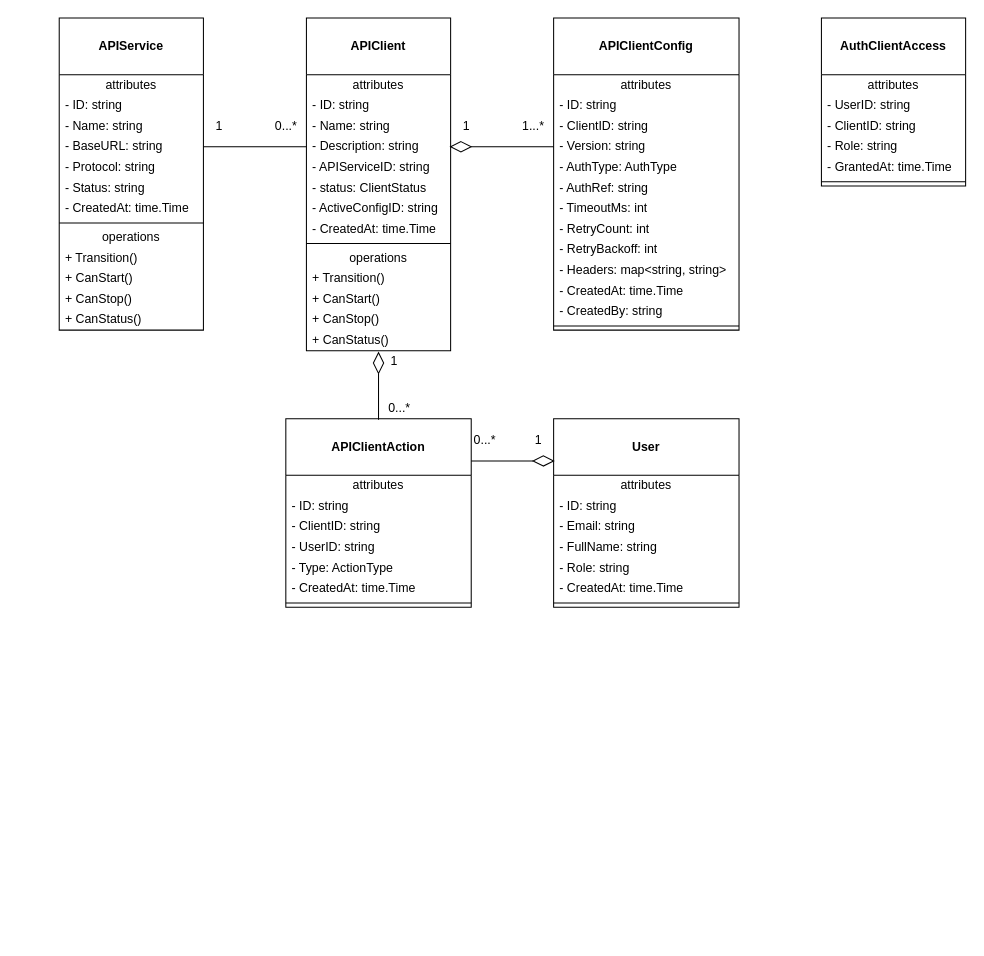
Thejudgeofprogrammers/kubernetes_platform_control_plane keeps this draw.io diagram as docs/class.drawio. Above is the earlier version. Source tidied: cells renumbered, new cells numbered last; positions are measured from the earlier drawing's top-left corner, leaving out a move shared by most shapes. Both pictures are drawn from the tidied source at 103%, with x=0, y=0 at pixel (59, 18).
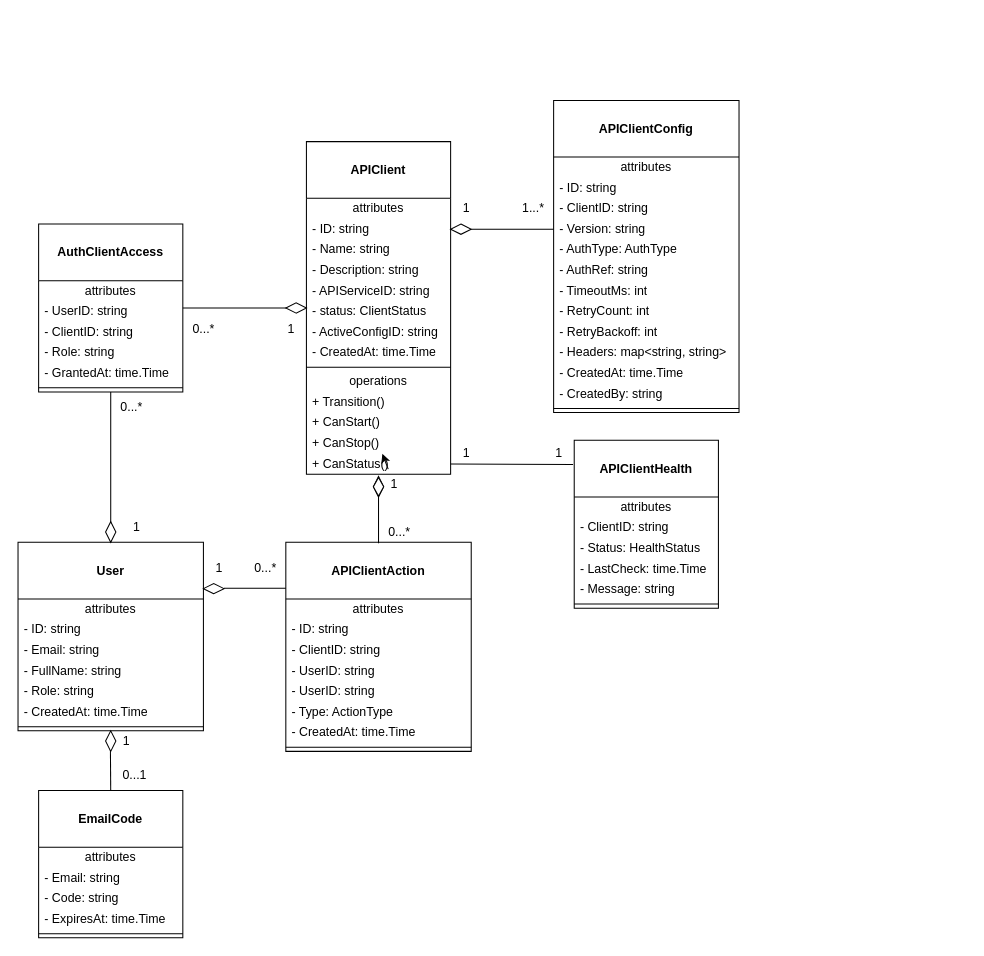
Above is the later version.

The change refers to these unchanged cells:
```xml
<mxCell id="6" value="- Description: string" style="text;html=1;strokeColor=none;fillColor=none;align=left;verticalAlign=middle;spacingLeft=4;spacingRight=4;overflow=hidden;points=[[0,0.5],[1,0.5]];portConstraint=eastwest;whiteSpace=wrap;" parent="2" vertex="1">
  <mxGeometry y="115" width="140" height="20" as="geometry" />
</mxCell>
<mxCell id="15" value="+ CanStop()" style="text;html=1;strokeColor=none;fillColor=none;align=left;verticalAlign=middle;spacingLeft=4;spacingRight=4;overflow=hidden;points=[[0,0.5],[1,0.5]];portConstraint=eastwest;whiteSpace=wrap;" parent="2" vertex="1">
  <mxGeometry y="283" width="140" height="20" as="geometry" />
</mxCell>
<mxCell id="16" value="+ CanStatus()" style="text;html=1;strokeColor=none;fillColor=none;align=left;verticalAlign=middle;spacingLeft=4;spacingRight=4;overflow=hidden;points=[[0,0.5],[1,0.5]];portConstraint=eastwest;whiteSpace=wrap;" parent="2" vertex="1">
  <mxGeometry y="303" width="140" height="20" as="geometry" />
</mxCell>
```

Diff of the diagram source:
```diff
@@
-<mxGraphModel>
+<mxGraphModel background="#ffffff">
@@
     <mxCell id="2" value="&lt;br&gt;&lt;b&gt;APIClient&lt;/b&gt;" style="swimlane;fontStyle=0;align=center;verticalAlign=top;horizontal=1;startSize=55;html=1;whiteSpace=wrap;" parent="1" vertex="1">
-      <mxGeometry x="240" width="140" height="323" as="geometry" />
+      <mxGeometry x="240" y="120" width="140" height="323" as="geometry" />
     </mxCell>
@@
     <mxCell id="17" value="&lt;br&gt;&lt;b&gt;APIClientConfig&lt;/b&gt;" style="swimlane;fontStyle=0;align=center;verticalAlign=top;horizontal=1;startSize=55;html=1;whiteSpace=wrap;" parent="1" vertex="1">
-      <mxGeometry x="480" width="180" height="303" as="geometry" />
+      <mxGeometry x="480" y="80" width="180" height="303" as="geometry" />
     </mxCell>
@@
     <mxCell id="31" style="group;" parent="1" vertex="1">
-      <mxGeometry x="380" y="120" width="100" height="10" as="geometry" />
+      <mxGeometry x="380" y="200" width="100" height="10" as="geometry" />
     </mxCell>
@@
     <mxCell id="34" value="1" style="text;html=1;align=center;verticalAlign=middle;strokeColor=none;fillColor=none;" parent="1" vertex="1">
-      <mxGeometry x="380" y="90" width="30" height="30" as="geometry" />
+      <mxGeometry x="380" y="170" width="30" height="30" as="geometry" />
     </mxCell>
     <mxCell id="35" value="1...*" style="text;html=1;align=center;verticalAlign=middle;strokeColor=none;fillColor=none;" parent="1" vertex="1">
-      <mxGeometry x="440" y="90" width="40" height="30" as="geometry" />
+      <mxGeometry x="440" y="170" width="40" height="30" as="geometry" />
     </mxCell>
     <mxCell id="36" value="&lt;br&gt;&lt;b&gt;APIClientAction&lt;/b&gt;" style="swimlane;fontStyle=0;align=center;verticalAlign=top;horizontal=1;startSize=55;html=1;whiteSpace=wrap;" parent="1" vertex="1">
-      <mxGeometry x="220" y="389" width="180" height="183" as="geometry" />
+      <mxGeometry x="220" y="509" width="180" height="203" as="geometry" />
     </mxCell>
@@
+    <mxCell id="86" value="- UserID: string" style="text;html=1;strokeColor=none;fillColor=none;align=left;verticalAlign=middle;spacingLeft=4;spacingRight=4;overflow=hidden;whiteSpace=wrap;" parent="36" vertex="1">
+      <mxGeometry y="135" width="180" height="20" as="geometry" />
+    </mxCell>
     <mxCell id="41" value="- Type: ActionType" style="text;html=1;strokeColor=none;fillColor=none;align=left;verticalAlign=middle;spacingLeft=4;spacingRight=4;overflow=hidden;whiteSpace=wrap;" parent="36" vertex="1">
-      <mxGeometry y="135" width="180" height="20" as="geometry" />
+      <mxGeometry y="155" width="180" height="20" as="geometry" />
     </mxCell>
     <mxCell id="42" value="- CreatedAt: time.Time" style="text;html=1;strokeColor=none;fillColor=none;align=left;verticalAlign=middle;spacingLeft=4;spacingRight=4;overflow=hidden;whiteSpace=wrap;" parent="36" vertex="1">
-      <mxGeometry y="155" width="180" height="20" as="geometry" />
+      <mxGeometry y="175" width="180" height="20" as="geometry" />
     </mxCell>
     <mxCell id="43" style="line;strokeWidth=1;fillColor=none;align=left;verticalAlign=middle;spacingTop=-1;spacingLeft=3;spacingRight=3;labelPosition=right;" parent="36" vertex="1">
-      <mxGeometry y="175" width="180" height="8" as="geometry" />
+      <mxGeometry y="195" width="180" height="8" as="geometry" />
     </mxCell>
     <mxCell id="44" value="&lt;br&gt;&lt;b&gt;User&lt;/b&gt;" style="swimlane;fontStyle=0;align=center;verticalAlign=top;horizontal=1;startSize=55;html=1;whiteSpace=wrap;" parent="1" vertex="1">
-      <mxGeometry x="480" y="389" width="180" height="183" as="geometry" />
+      <mxGeometry x="-40" y="509" width="180" height="183" as="geometry" />
     </mxCell>
@@
     <mxCell id="52" style="group;rotation=90;" parent="1" vertex="1">
-      <mxGeometry x="260" y="370" width="100" height="10" as="geometry" />
+      <mxGeometry x="260" y="490" width="100" height="10" as="geometry" />
     </mxCell>
@@
+    <mxCell id="87" style="rhombus;whiteSpace=wrap;html=1;" parent="52" vertex="1">
+      <mxGeometry x="45" y="-44" width="10" height="18" as="geometry" />
+    </mxCell>
     <mxCell id="55" style="group;rotation=-180;" parent="1" vertex="1">
-      <mxGeometry x="380" y="425" width="100" height="10" as="geometry" />
+      <mxGeometry x="60" y="549" width="100" height="10" as="geometry" />
     </mxCell>
@@
     <mxCell id="57" style="endArrow=none;html=1;" parent="1" edge="1">
       <mxGeometry relative="1" as="geometry">
-        <mxPoint x="460" y="430" as="sourcePoint" />
-        <mxPoint x="400" y="430" as="targetPoint" />
+        <mxPoint x="220" y="553.6" as="sourcePoint" />
+        <mxPoint x="160" y="553.6" as="targetPoint" />
       </mxGeometry>
     </mxCell>
     <mxCell id="58" value="0...*" style="text;html=1;align=center;verticalAlign=middle;strokeColor=none;fillColor=none;" parent="1" vertex="1">
-      <mxGeometry x="310" y="364" width="40" height="30" as="geometry" />
+      <mxGeometry x="310" y="484" width="40" height="30" as="geometry" />
     </mxCell>
+    <mxCell id="88" style="edgeStyle=none;html=1;" parent="1" edge="1" source="59" target="15">
+      <mxGeometry relative="1" as="geometry" />
+    </mxCell>
     <mxCell id="59" value="1" style="text;html=1;align=center;verticalAlign=middle;points=[];strokeColor=none;fillColor=none;" parent="1" vertex="1">
-      <mxGeometry x="310" y="318" width="30" height="30" as="geometry" />
+      <mxGeometry x="310" y="438" width="30" height="30" as="geometry" />
     </mxCell>
     <mxCell id="60" value="1" style="text;html=1;align=center;verticalAlign=middle;strokeColor=none;fillColor=none;" parent="1" vertex="1">
-      <mxGeometry x="450" y="395" width="30" height="30" as="geometry" />
+      <mxGeometry x="140" y="519" width="30" height="30" as="geometry" />
     </mxCell>
     <mxCell id="61" value="0...*" style="text;html=1;align=center;verticalAlign=middle;strokeColor=none;fillColor=none;" parent="1" vertex="1">
-      <mxGeometry x="393" y="395" width="40" height="30" as="geometry" />
+      <mxGeometry x="180" y="519" width="40" height="30" as="geometry" />
     </mxCell>
-    <mxCell id="62" value="&lt;br&gt;&lt;b&gt;APIService&lt;/b&gt;" style="swimlane;fontStyle=0;align=center;verticalAlign=top;horizontal=1;startSize=55;html=1;whiteSpace=wrap;" parent="1" vertex="1">
-      <mxGeometry width="140" height="303" as="geometry" />
-    </mxCell>
-    <mxCell id="63" value="attributes" style="text;html=1;strokeColor=none;fillColor=none;align=center;verticalAlign=middle;spacingLeft=4;spacingRight=4;overflow=hidden;whiteSpace=wrap;" parent="62" vertex="1">
-      <mxGeometry y="55" width="140" height="20" as="geometry" />
-    </mxCell>
-    <mxCell id="64" value="- ID: string" style="text;html=1;strokeColor=none;fillColor=none;align=left;verticalAlign=middle;spacingLeft=4;spacingRight=4;overflow=hidden;whiteSpace=wrap;" parent="62" vertex="1">
-      <mxGeometry y="75" width="140" height="20" as="geometry" />
-    </mxCell>
-    <mxCell id="65" value="- Name: string" style="text;html=1;strokeColor=none;fillColor=none;align=left;verticalAlign=middle;spacingLeft=4;spacingRight=4;overflow=hidden;whiteSpace=wrap;" parent="62" vertex="1">
-      <mxGeometry y="95" width="140" height="20" as="geometry" />
-    </mxCell>
-    <mxCell id="66" value="- BaseURL: string" style="text;html=1;strokeColor=none;fillColor=none;align=left;verticalAlign=middle;spacingLeft=4;spacingRight=4;overflow=hidden;whiteSpace=wrap;" parent="62" vertex="1">
-      <mxGeometry y="115" width="140" height="20" as="geometry" />
-    </mxCell>
-    <mxCell id="67" value="- Protocol: string" style="text;html=1;strokeColor=none;fillColor=none;align=left;verticalAlign=middle;spacingLeft=4;spacingRight=4;overflow=hidden;whiteSpace=wrap;" parent="62" vertex="1">
-      <mxGeometry y="135" width="140" height="20" as="geometry" />
-    </mxCell>
-    <mxCell id="68" value="- Status: string" style="text;html=1;strokeColor=none;fillColor=none;align=left;verticalAlign=middle;spacingLeft=4;spacingRight=4;overflow=hidden;whiteSpace=wrap;" parent="62" vertex="1">
-      <mxGeometry y="155" width="140" height="20" as="geometry" />
-    </mxCell>
-    <mxCell id="69" value="- CreatedAt: time.Time" style="text;html=1;strokeColor=none;fillColor=none;align=left;verticalAlign=middle;spacingLeft=4;spacingRight=4;overflow=hidden;whiteSpace=wrap;" parent="62" vertex="1">
-      <mxGeometry y="175" width="140" height="20" as="geometry" />
-    </mxCell>
-    <mxCell id="70" style="line;strokeWidth=1;fillColor=none;align=left;verticalAlign=middle;spacingTop=-1;spacingLeft=3;spacingRight=3;labelPosition=right;" parent="62" vertex="1">
-      <mxGeometry y="195" width="140" height="8" as="geometry" />
-    </mxCell>
-    <mxCell id="71" value="operations" style="text;html=1;strokeColor=none;fillColor=none;align=center;verticalAlign=middle;spacingLeft=4;spacingRight=4;overflow=hidden;whiteSpace=wrap;" parent="62" vertex="1">
-      <mxGeometry y="203" width="140" height="20" as="geometry" />
-    </mxCell>
-    <mxCell id="72" value="+ Transition()" style="text;html=1;strokeColor=none;fillColor=none;align=left;verticalAlign=middle;spacingLeft=4;spacingRight=4;overflow=hidden;whiteSpace=wrap;" parent="62" vertex="1">
-      <mxGeometry y="223" width="140" height="20" as="geometry" />
-    </mxCell>
-    <mxCell id="73" value="+ CanStart()" style="text;html=1;strokeColor=none;fillColor=none;align=left;verticalAlign=middle;spacingLeft=4;spacingRight=4;overflow=hidden;whiteSpace=wrap;" parent="62" vertex="1">
-      <mxGeometry y="243" width="140" height="20" as="geometry" />
-    </mxCell>
-    <mxCell id="74" value="+ CanStop()" style="text;html=1;strokeColor=none;fillColor=none;align=left;verticalAlign=middle;spacingLeft=4;spacingRight=4;overflow=hidden;whiteSpace=wrap;" parent="62" vertex="1">
-      <mxGeometry y="263" width="140" height="20" as="geometry" />
-    </mxCell>
-    <mxCell id="75" value="+ CanStatus()" style="text;html=1;strokeColor=none;fillColor=none;align=left;verticalAlign=middle;spacingLeft=4;spacingRight=4;overflow=hidden;whiteSpace=wrap;" parent="62" vertex="1">
-      <mxGeometry y="283" width="140" height="20" as="geometry" />
-    </mxCell>
-    <mxCell id="76" style="endArrow=none;html=1;exitX=0;exitY=0.5;exitDx=0;exitDy=0;" parent="1" edge="1" source="6">
-      <mxGeometry relative="1" as="geometry">
-        <mxPoint x="140" y="125" as="targetPoint" />
-      </mxGeometry>
-    </mxCell>
-    <mxCell id="77" value="1" style="text;html=1;align=center;verticalAlign=middle;strokeColor=none;fillColor=none;" parent="1" vertex="1">
-      <mxGeometry x="140" y="90" width="30" height="30" as="geometry" />
-    </mxCell>
-    <mxCell id="78" value="0...*" style="text;html=1;align=center;verticalAlign=middle;strokeColor=none;fillColor=none;" parent="1" vertex="1">
-      <mxGeometry x="200" y="90" width="40" height="30" as="geometry" />
-    </mxCell>
     <mxCell id="79" value="&lt;br&gt;&lt;b&gt;AuthClientAccess&lt;/b&gt;" style="swimlane;fontStyle=0;align=center;verticalAlign=top;horizontal=1;startSize=55;html=1;whiteSpace=wrap;" parent="1" vertex="1">
-      <mxGeometry x="740" width="140" height="163" as="geometry" />
+      <mxGeometry x="-20" y="200" width="140" height="163" as="geometry" />
     </mxCell>
@@
+    <mxCell id="89" value="&lt;br&gt;&lt;b&gt;APIClientHealth&lt;/b&gt;" style="swimlane;fontStyle=0;align=center;verticalAlign=top;horizontal=1;startSize=55;html=1;whiteSpace=wrap;" parent="1" vertex="1">
+      <mxGeometry x="500" y="410" width="140" height="163" as="geometry" />
+    </mxCell>
+    <mxCell id="90" value="attributes" style="text;html=1;strokeColor=none;fillColor=none;align=center;verticalAlign=middle;spacingLeft=4;spacingRight=4;overflow=hidden;whiteSpace=wrap;" parent="89" vertex="1">
+      <mxGeometry y="55" width="140" height="20" as="geometry" />
+    </mxCell>
+    <mxCell id="91" value="- ClientID: string" style="text;html=1;strokeColor=none;fillColor=none;align=left;verticalAlign=middle;spacingLeft=4;spacingRight=4;overflow=hidden;whiteSpace=wrap;" parent="89" vertex="1">
+      <mxGeometry y="75" width="140" height="20" as="geometry" />
+    </mxCell>
+    <mxCell id="92" value="- Status: HealthStatus" style="text;html=1;strokeColor=none;fillColor=none;align=left;verticalAlign=middle;spacingLeft=4;spacingRight=4;overflow=hidden;whiteSpace=wrap;" parent="89" vertex="1">
+      <mxGeometry y="95" width="140" height="20" as="geometry" />
+    </mxCell>
+    <mxCell id="93" value="- LastCheck: time.Time" style="text;html=1;strokeColor=none;fillColor=none;align=left;verticalAlign=middle;spacingLeft=4;spacingRight=4;overflow=hidden;whiteSpace=wrap;" parent="89" vertex="1">
+      <mxGeometry y="115" width="140" height="20" as="geometry" />
+    </mxCell>
+    <mxCell id="94" value="- Message: string" style="text;html=1;strokeColor=none;fillColor=none;align=left;verticalAlign=middle;spacingLeft=4;spacingRight=4;overflow=hidden;whiteSpace=wrap;" parent="89" vertex="1">
+      <mxGeometry y="135" width="140" height="20" as="geometry" />
+    </mxCell>
+    <mxCell id="95" style="line;strokeWidth=1;fillColor=none;align=left;verticalAlign=middle;spacingTop=-1;spacingLeft=3;spacingRight=3;labelPosition=right;" parent="89" vertex="1">
+      <mxGeometry y="155" width="140" height="8" as="geometry" />
+    </mxCell>
+    <mxCell id="96" style="endArrow=none;html=1;exitX=1;exitY=0.5;exitDx=0;exitDy=0;entryX=-0.008;entryY=0.144;entryDx=0;entryDy=0;entryPerimeter=0;" parent="1" edge="1" source="16" target="89">
+      <mxGeometry relative="1" as="geometry" />
+    </mxCell>
+    <mxCell id="97" value="1" style="text;html=1;align=center;verticalAlign=middle;strokeColor=none;fillColor=none;" parent="1" vertex="1">
+      <mxGeometry x="380" y="408" width="30" height="30" as="geometry" />
+    </mxCell>
+    <mxCell id="98" value="1" style="text;html=1;align=center;verticalAlign=middle;strokeColor=none;fillColor=none;" parent="1" vertex="1">
+      <mxGeometry x="470" y="408" width="30" height="30" as="geometry" />
+    </mxCell>
+    <mxCell id="99" value="&lt;br&gt;&lt;b&gt;EmailCode&lt;/b&gt;" style="swimlane;fontStyle=0;align=center;verticalAlign=top;horizontal=1;startSize=55;html=1;whiteSpace=wrap;" parent="1" vertex="1">
+      <mxGeometry x="-20" y="750" width="140" height="143" as="geometry" />
+    </mxCell>
+    <mxCell id="100" style="endArrow=none;html=1;entryX=0.5;entryY=0;entryDx=0;entryDy=0;" parent="99" edge="1" target="99">
+      <mxGeometry relative="1" as="geometry">
+        <mxPoint x="69.7" y="-40" as="sourcePoint" />
+      </mxGeometry>
+    </mxCell>
+    <mxCell id="101" value="attributes" style="text;html=1;strokeColor=none;fillColor=none;align=center;verticalAlign=middle;spacingLeft=4;spacingRight=4;overflow=hidden;whiteSpace=wrap;" parent="99" vertex="1">
+      <mxGeometry y="55" width="140" height="20" as="geometry" />
+    </mxCell>
+    <mxCell id="102" value="- Email: string" style="text;html=1;strokeColor=none;fillColor=none;align=left;verticalAlign=middle;spacingLeft=4;spacingRight=4;overflow=hidden;whiteSpace=wrap;" parent="99" vertex="1">
+      <mxGeometry y="75" width="140" height="20" as="geometry" />
+    </mxCell>
+    <mxCell id="103" value="- Code: string" style="text;html=1;strokeColor=none;fillColor=none;align=left;verticalAlign=middle;spacingLeft=4;spacingRight=4;overflow=hidden;whiteSpace=wrap;" parent="99" vertex="1">
+      <mxGeometry y="95" width="140" height="20" as="geometry" />
+    </mxCell>
+    <mxCell id="104" value="- ExpiresAt: time.Time" style="text;html=1;strokeColor=none;fillColor=none;align=left;verticalAlign=middle;spacingLeft=4;spacingRight=4;overflow=hidden;whiteSpace=wrap;" parent="99" vertex="1">
+      <mxGeometry y="115" width="140" height="20" as="geometry" />
+    </mxCell>
+    <mxCell id="105" style="line;strokeWidth=1;fillColor=none;align=left;verticalAlign=middle;spacingTop=-1;spacingLeft=3;spacingRight=3;labelPosition=right;" parent="99" vertex="1">
+      <mxGeometry y="135" width="140" height="8" as="geometry" />
+    </mxCell>
+    <mxCell id="106" style="endArrow=none;html=1;" parent="1" edge="1" source="79" target="44">
+      <mxGeometry relative="1" as="geometry" />
+    </mxCell>
+    <mxCell id="107" style="endArrow=none;html=1;" parent="1" edge="1" source="79" target="2">
+      <mxGeometry relative="1" as="geometry" />
+    </mxCell>
+    <mxCell id="108" style="rhombus;whiteSpace=wrap;html=1;gradientColor=none;fillColor=light-dark(#FFFFFF,#FFFFFF);rotation=-180;" parent="1" vertex="1">
+      <mxGeometry x="220" y="276.5" width="20" height="10" as="geometry" />
+    </mxCell>
+    <mxCell id="109" style="rhombus;whiteSpace=wrap;html=1;gradientColor=none;fillColor=light-dark(#FFFFFF,#FFFFFF);rotation=-90;" parent="1" vertex="1">
+      <mxGeometry x="40" y="494" width="20" height="10" as="geometry" />
+    </mxCell>
+    <mxCell id="110" value="1" style="text;html=1;align=center;verticalAlign=middle;strokeColor=none;fillColor=none;" parent="1" vertex="1">
+      <mxGeometry x="60" y="480" width="30" height="30" as="geometry" />
+    </mxCell>
+    <mxCell id="111" value="0...*" style="text;html=1;align=center;verticalAlign=middle;strokeColor=none;fillColor=none;" parent="1" vertex="1">
+      <mxGeometry x="50" y="363" width="40" height="30" as="geometry" />
+    </mxCell>
+    <mxCell id="112" value="0...*" style="text;html=1;align=center;verticalAlign=middle;strokeColor=none;fillColor=none;" parent="1" vertex="1">
+      <mxGeometry x="120" y="286.5" width="40" height="30" as="geometry" />
+    </mxCell>
+    <mxCell id="113" value="1" style="text;html=1;align=center;verticalAlign=middle;strokeColor=none;fillColor=none;" parent="1" vertex="1">
+      <mxGeometry x="210" y="286.5" width="30" height="30" as="geometry" />
+    </mxCell>
+    <mxCell id="114" style="rhombus;whiteSpace=wrap;html=1;gradientColor=none;fillColor=light-dark(#FFFFFF,#FFFFFF);rotation=-90;" parent="1" vertex="1">
+      <mxGeometry x="40" y="697" width="20" height="10" as="geometry" />
+    </mxCell>
+    <mxCell id="115" value="1" style="text;html=1;align=center;verticalAlign=middle;strokeColor=none;fillColor=none;" parent="1" vertex="1">
+      <mxGeometry x="50" y="687" width="30" height="30" as="geometry" />
+    </mxCell>
+    <mxCell id="116" value="0...1" style="text;html=1;align=center;verticalAlign=middle;strokeColor=none;fillColor=none;" parent="1" vertex="1">
+      <mxGeometry x="48" y="720" width="50" height="30" as="geometry" />
+    </mxCell>
```
